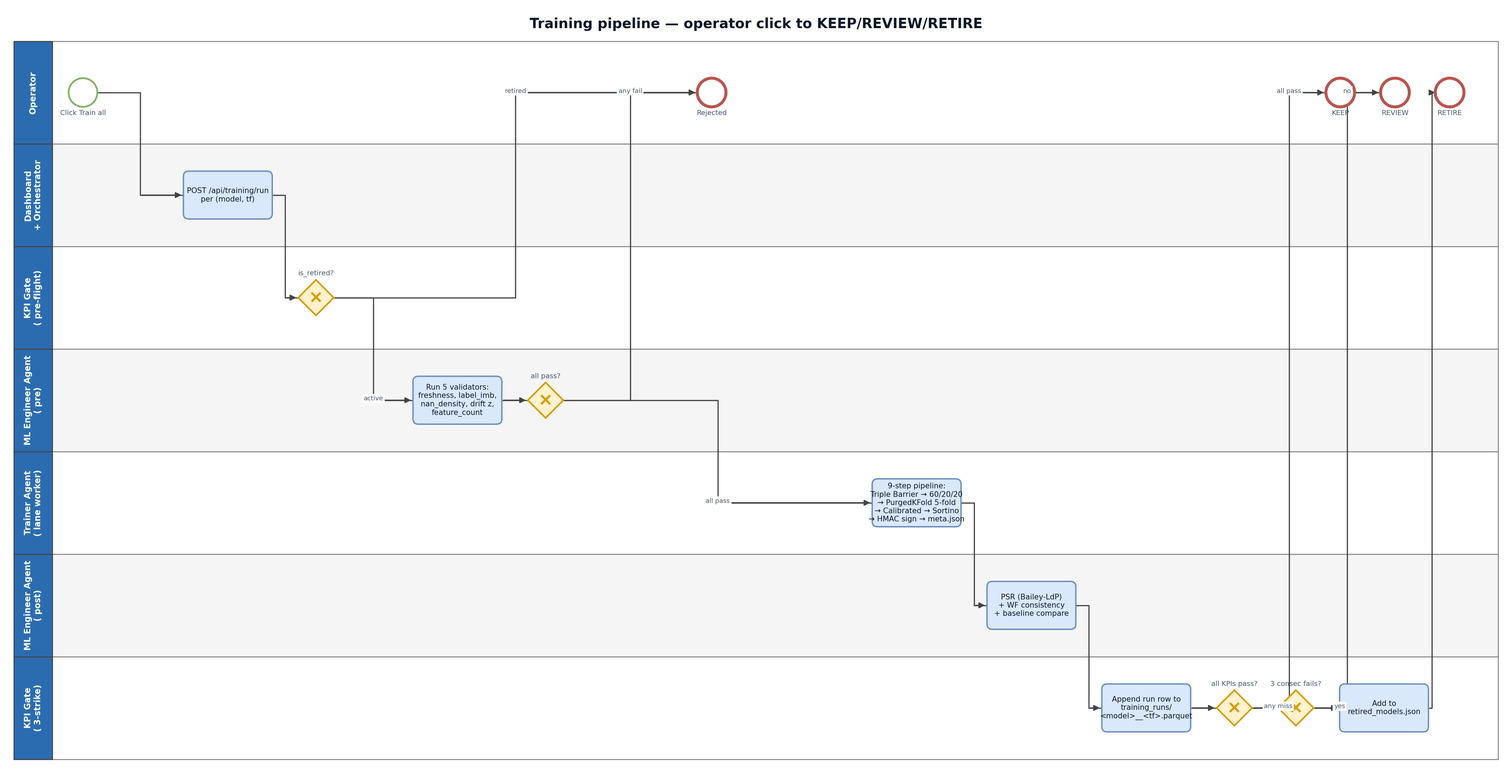
Before: core/business_flows/TrainingFlow.png, a diagram exported from BPMN (xLZDx/ai-crypto-trading-bot). Its source is kept beside it as core/bpmn/TrainingFlow.bpmn. Ids are renumbered.
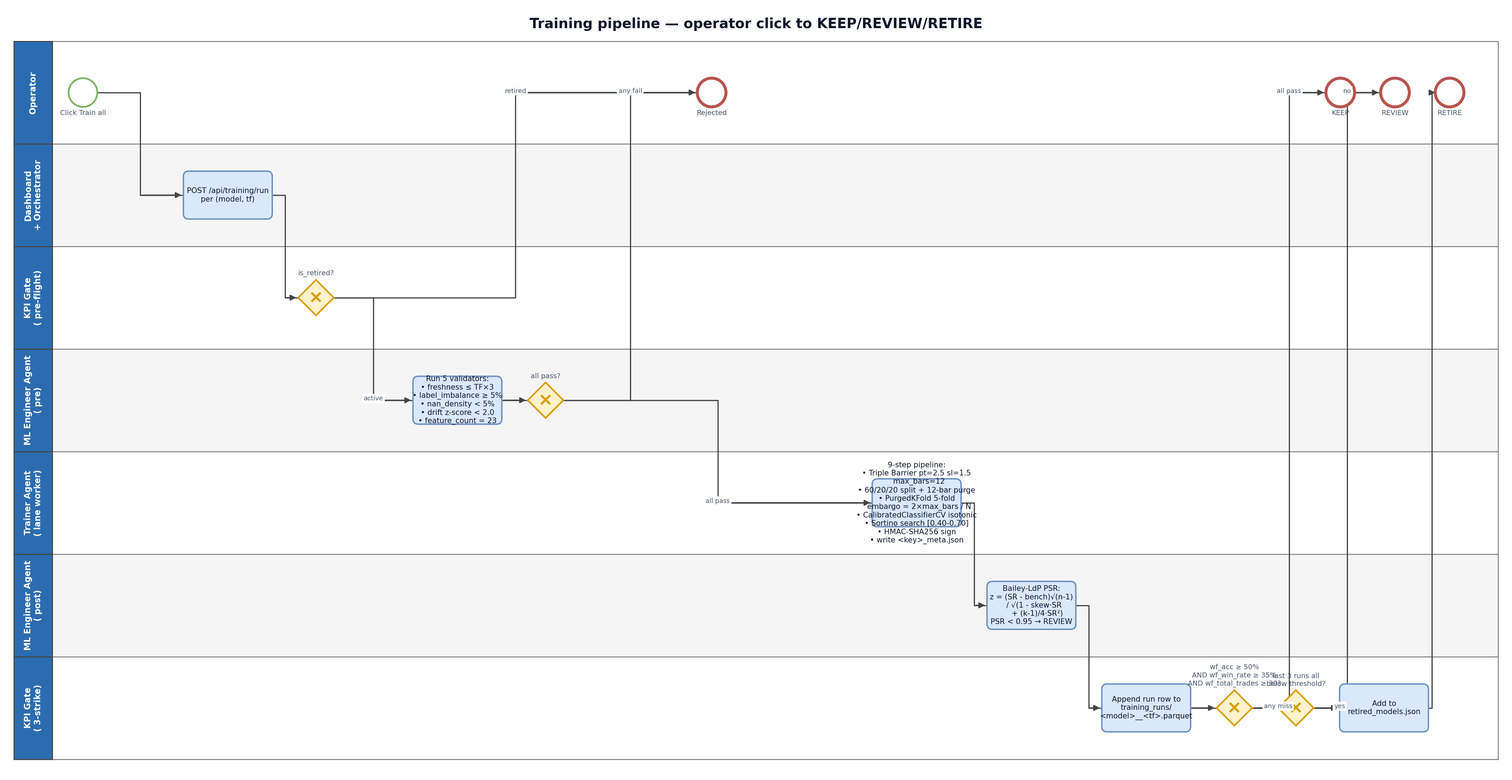
Above is the later version.

Diff of the diagram source:
```diff
@@ -64,9 +64,11 @@
       <bpmn:outgoing>f3b</bpmn:outgoing>
     </bpmn:exclusiveGateway>
     <bpmn:serviceTask id="Task_Validators" name="Run 5 validators:
-freshness, label_imb,
-nan_density, drift z,
-feature_count">
+• freshness ≤ TF×3
+• label_imbalance ≥ 5%
+• nan_density &lt; 5%
+• drift z-score &lt; 2.0
+• feature_count = 23">
       <bpmn:incoming>f3b</bpmn:incoming>
       <bpmn:outgoing>f4</bpmn:outgoing>
     </bpmn:serviceTask>
@@ -76,16 +78,23 @@
       <bpmn:outgoing>f5b</bpmn:outgoing>
     </bpmn:exclusiveGateway>
     <bpmn:serviceTask id="Task_TrainPipe" name="9-step pipeline:
-Triple Barrier → 60/20/20
-→ PurgedKFold 5-fold
-→ Calibrated → Sortino
-→ HMAC sign → meta.json">
+• Triple Barrier pt=2.5 sl=1.5
+  max_bars=12
+• 60/20/20 split + 12-bar purge
+• PurgedKFold 5-fold
+  embargo = 2×max_bars / N
+• CalibratedClassifierCV isotonic
+• Sortino search [0.40-0.70]
+• HMAC-SHA256 sign
+• write &lt;key&gt;_meta.json">
       <bpmn:incoming>f5b</bpmn:incoming>
       <bpmn:outgoing>f6</bpmn:outgoing>
     </bpmn:serviceTask>
-    <bpmn:serviceTask id="Task_PSR" name="PSR (Bailey-LdP)
-+ WF consistency
-+ baseline compare">
+    <bpmn:serviceTask id="Task_PSR" name="Bailey-LdP PSR:
+z = (SR - bench)√(n-1)
+  / √(1 - skew·SR
+     + (k-1)/4·SR²)
+PSR &lt; 0.95 → REVIEW">
       <bpmn:incoming>f6</bpmn:incoming>
       <bpmn:outgoing>f7</bpmn:outgoing>
     </bpmn:serviceTask>
@@ -95,12 +104,15 @@
       <bpmn:incoming>f7</bpmn:incoming>
       <bpmn:outgoing>f8</bpmn:outgoing>
     </bpmn:serviceTask>
-    <bpmn:exclusiveGateway id="GW_KPIPass" name="all KPIs pass?">
+    <bpmn:exclusiveGateway id="GW_KPIPass" name="wf_acc ≥ 50%
+AND wf_win_rate ≥ 35%
+AND wf_total_trades ≥ 30?">
       <bpmn:incoming>f8</bpmn:incoming>
       <bpmn:outgoing>f9a</bpmn:outgoing>
       <bpmn:outgoing>f9b</bpmn:outgoing>
     </bpmn:exclusiveGateway>
-    <bpmn:exclusiveGateway id="GW_3Strike" name="3 consec fails?">
+    <bpmn:exclusiveGateway id="GW_3Strike" name="last 3 runs all
+below threshold?">
       <bpmn:incoming>f9b</bpmn:incoming>
       <bpmn:outgoing>f10a</bpmn:outgoing>
       <bpmn:outgoing>f10b</bpmn:outgoing>
```
